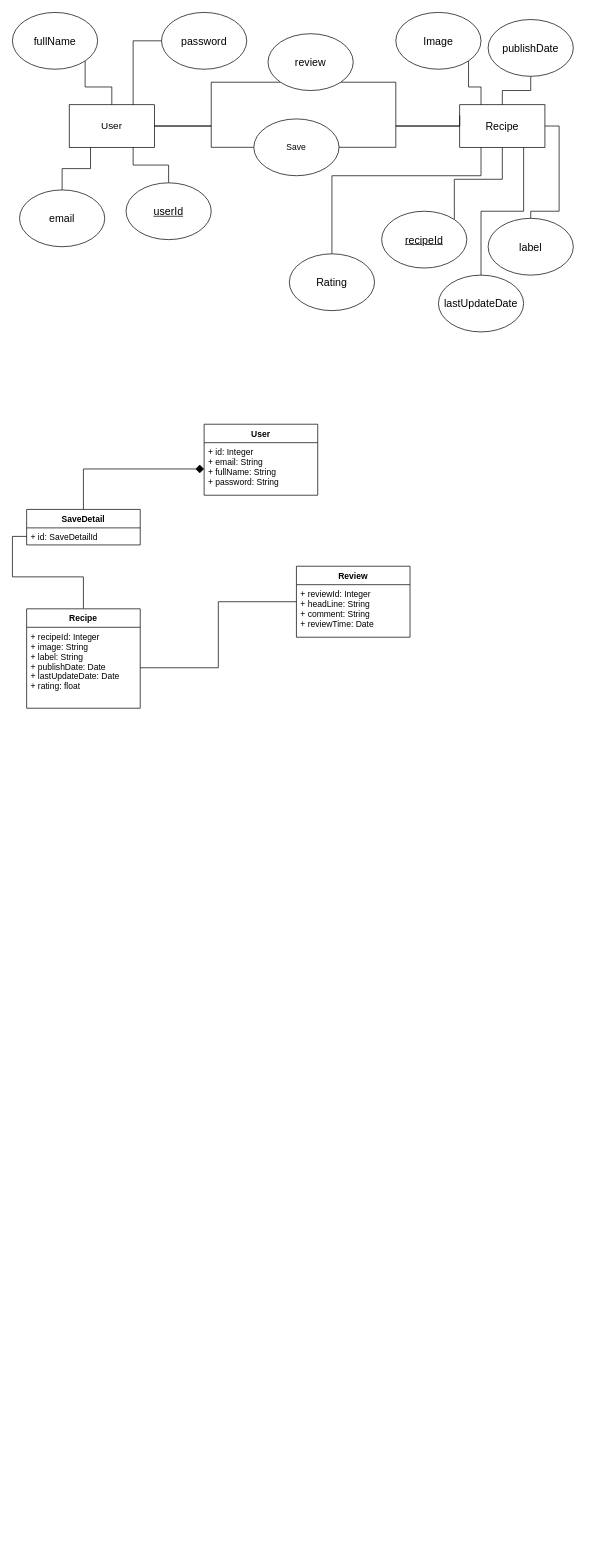
Earlier version of the draw.io diagram uml.drawio (XiaoyangYan/NewMeal). Source tidied: cells renumbered, new cells numbered last; positions are measured from the earlier drawing's top-left corner, leaving out a move shared by most shapes. Both pictures are drawn from the tidied source at 71%, with x=0, y=0 at pixel (12, 12).
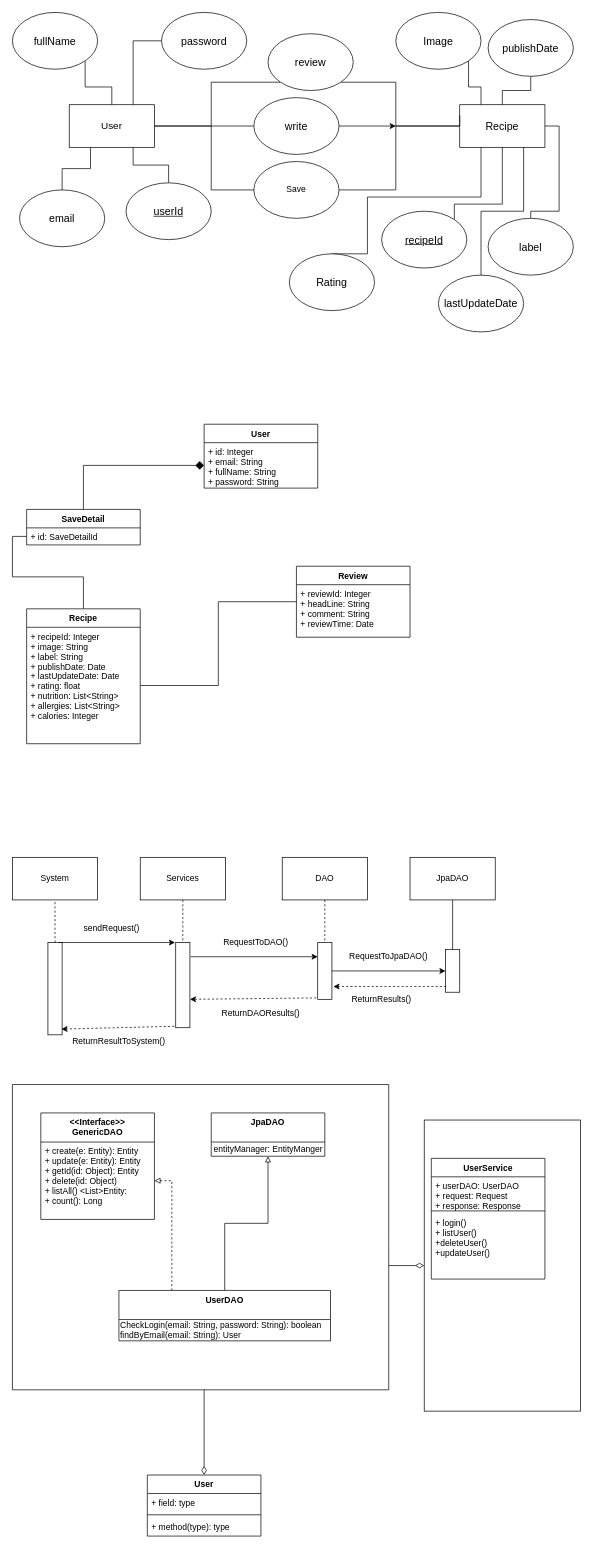
The same page after the edit.

Unchanged cells that the change refers to:
```xml
<mxCell id="14" value="&lt;font style=&quot;font-size: 15px&quot;&gt;Recipe&lt;/font&gt;" style="rounded=0;whiteSpace=wrap;html=1;" parent="1" vertex="1">
  <mxGeometry x="630" y="130" width="120" height="60" as="geometry" />
</mxCell>
<mxCell id="26" value="&lt;u&gt;&lt;font style=&quot;font-size: 15px&quot;&gt;recipeId&lt;/font&gt;&lt;/u&gt;" style="ellipse;whiteSpace=wrap;html=1;" parent="1" vertex="1">
  <mxGeometry x="520" y="280" width="120" height="80" as="geometry" />
</mxCell>
<mxCell id="36" value="&lt;font style=&quot;font-size: 15px&quot;&gt;Rating&lt;/font&gt;" style="ellipse;whiteSpace=wrap;html=1;" parent="1" vertex="1">
  <mxGeometry x="390" y="340" width="120" height="80" as="geometry" />
</mxCell>
```

What changed in the source:
```diff
@@
     <mxCell id="2" value="User" style="swimlane;fontStyle=1;align=center;verticalAlign=top;horizontal=1;startSize=26;" parent="1" vertex="1">
-      <mxGeometry x="270" y="580" width="160" height="100" as="geometry" />
+      <mxGeometry x="270" y="580" width="160" height="90" as="geometry" />
     </mxCell>
     <mxCell id="3" value="+ id: Integer&#10;+ email: String&#10;+ fullName: String&#10;+ password: String" style="text;strokeColor=none;fillColor=none;align=left;verticalAlign=top;spacingLeft=4;spacingRight=4;overflow=hidden;points=[[0,0.5],[1,0.5]];portConstraint=eastwest;" parent="2" vertex="1">
-      <mxGeometry y="26" width="160" height="74" as="geometry" />
+      <mxGeometry y="26" width="160" height="64" as="geometry" />
     </mxCell>
@@
     <mxCell id="5" value="Recipe" style="swimlane;fontStyle=1;align=center;verticalAlign=top;horizontal=1;startSize=26;" parent="1" vertex="1">
-      <mxGeometry x="20" y="840" width="160" height="140" as="geometry" />
+      <mxGeometry x="20" y="840" width="160" height="190" as="geometry" />
     </mxCell>
-    <mxCell id="6" value="+ recipeId: Integer&#10;+ image: String&#10;+ label: String&#10;+ publishDate: Date&#10;+ lastUpdateDate: Date&#10;+ rating: float" style="text;strokeColor=none;fillColor=none;align=left;verticalAlign=top;spacingLeft=4;spacingRight=4;overflow=hidden;points=[[0,0.5],[1,0.5]];portConstraint=eastwest;" parent="5" vertex="1">
-      <mxGeometry y="26" width="160" height="114" as="geometry" />
+    <mxCell id="6" value="+ recipeId: Integer&#10;+ image: String&#10;+ label: String&#10;+ publishDate: Date&#10;+ lastUpdateDate: Date&#10;+ rating: float&#10;+ nutrition: List&lt;String&gt;&#10;+ allergies: List&lt;String&gt;&#10;+ calories: Integer" style="text;strokeColor=none;fillColor=none;align=left;verticalAlign=top;spacingLeft=4;spacingRight=4;overflow=hidden;points=[[0,0.5],[1,0.5]];portConstraint=eastwest;" parent="5" vertex="1">
+      <mxGeometry y="26" width="160" height="164" as="geometry" />
     </mxCell>
@@
     <mxCell id="15" style="edgeStyle=orthogonalEdgeStyle;rounded=0;jettySize=auto;html=1;exitX=0;exitY=0.5;exitDx=0;exitDy=0;endArrow=none;endFill=0;" parent="1" edge="1" source="17">
       <mxGeometry relative="1" as="geometry">
         <mxPoint x="200" y="160" as="targetPoint" />
         <Array as="points">
-          <mxPoint x="280" y="190" />
+          <mxPoint x="280" y="250" />
           <mxPoint x="280" y="160" />
         </Array>
       </mxGeometry>
     </mxCell>
     <mxCell id="16" style="edgeStyle=orthogonalEdgeStyle;rounded=0;jettySize=auto;html=1;exitX=1;exitY=0.5;exitDx=0;exitDy=0;entryX=0;entryY=0.5;entryDx=0;entryDy=0;endArrow=none;endFill=0;" parent="1" edge="1" source="17" target="14">
       <mxGeometry relative="1" as="geometry">
         <Array as="points">
-          <mxPoint x="540" y="190" />
+          <mxPoint x="540" y="250" />
           <mxPoint x="540" y="160" />
         </Array>
       </mxGeometry>
     </mxCell>
     <mxCell id="17" value="Save" style="ellipse;whiteSpace=wrap;html=1;" parent="1" vertex="1">
-      <mxGeometry x="340" y="150" width="120" height="80" as="geometry" />
+      <mxGeometry x="340" y="210" width="120" height="80" as="geometry" />
     </mxCell>
+    <mxCell id="41" style="edgeStyle=orthogonalEdgeStyle;rounded=0;jettySize=auto;html=1;endArrow=none;endFill=0;" parent="1" edge="1" source="43">
+      <mxGeometry relative="1" as="geometry">
+        <mxPoint x="280" y="160" as="targetPoint" />
+      </mxGeometry>
+    </mxCell>
+    <mxCell id="42" style="edgeStyle=orthogonalEdgeStyle;rounded=0;jettySize=auto;html=1;" parent="1" edge="1" source="43">
+      <mxGeometry relative="1" as="geometry">
+        <mxPoint x="540" y="160" as="targetPoint" />
+      </mxGeometry>
+    </mxCell>
+    <mxCell id="43" value="&lt;font style=&quot;font-size: 15px&quot;&gt;write&lt;/font&gt;" style="ellipse;whiteSpace=wrap;html=1;" parent="1" vertex="1">
+      <mxGeometry x="340" y="120" width="120" height="80" as="geometry" />
+    </mxCell>
@@
     <mxCell id="25" style="edgeStyle=orthogonalEdgeStyle;rounded=0;jettySize=auto;html=1;exitX=1;exitY=0;exitDx=0;exitDy=0;entryX=0.5;entryY=1;entryDx=0;entryDy=0;endArrow=none;endFill=0;" parent="1" edge="1" source="26" target="14">
-      <mxGeometry relative="1" as="geometry" />
+      <mxGeometry relative="1" as="geometry">
+        <Array as="points">
+          <mxPoint x="622" y="270" />
+          <mxPoint x="690" y="270" />
+        </Array>
+      </mxGeometry>
     </mxCell>
@@
     <mxCell id="35" style="edgeStyle=orthogonalEdgeStyle;rounded=0;jettySize=auto;html=1;exitX=0.5;exitY=0;exitDx=0;exitDy=0;entryX=0.25;entryY=1;entryDx=0;entryDy=0;endArrow=none;endFill=0;" parent="1" edge="1" source="36" target="14">
       <mxGeometry relative="1" as="geometry">
         <Array as="points">
-          <mxPoint x="450" y="230" />
-          <mxPoint x="660" y="230" />
+          <mxPoint x="500" y="340" />
+          <mxPoint x="500" y="260" />
+          <mxPoint x="660" y="260" />
         </Array>
       </mxGeometry>
     </mxCell>
@@
+    <mxCell id="44" value="System" style="rounded=0;whiteSpace=wrap;html=1;" parent="1" vertex="1">
+      <mxGeometry y="1190" width="120" height="60" as="geometry" />
+    </mxCell>
+    <mxCell id="45" style="edgeStyle=orthogonalEdgeStyle;rounded=0;jettySize=auto;html=1;endArrow=none;endFill=0;dashed=1;" parent="1" edge="1" source="46" target="53">
+      <mxGeometry relative="1" as="geometry" />
+    </mxCell>
+    <mxCell id="46" value="Services" style="rounded=0;whiteSpace=wrap;html=1;" parent="1" vertex="1">
+      <mxGeometry x="180" y="1190" width="120" height="60" as="geometry" />
+    </mxCell>
+    <mxCell id="47" style="edgeStyle=orthogonalEdgeStyle;rounded=0;jettySize=auto;html=1;dashed=1;endArrow=none;endFill=0;" parent="1" edge="1" source="48" target="52">
+      <mxGeometry relative="1" as="geometry" />
+    </mxCell>
+    <mxCell id="48" value="DAO" style="rounded=0;whiteSpace=wrap;html=1;" parent="1" vertex="1">
+      <mxGeometry x="380" y="1190" width="120" height="60" as="geometry" />
+    </mxCell>
+    <mxCell id="49" style="edgeStyle=orthogonalEdgeStyle;rounded=0;jettySize=auto;html=1;endArrow=none;endFill=0;" parent="1" edge="1" source="50" target="51">
+      <mxGeometry relative="1" as="geometry" />
+    </mxCell>
+    <mxCell id="50" value="JpaDAO" style="rounded=0;whiteSpace=wrap;html=1;" parent="1" vertex="1">
+      <mxGeometry x="560" y="1190" width="120" height="60" as="geometry" />
+    </mxCell>
+    <mxCell id="51" style="rounded=0;whiteSpace=wrap;html=1;" parent="1" vertex="1">
+      <mxGeometry x="610" y="1320" width="20" height="60" as="geometry" />
+    </mxCell>
+    <mxCell id="52" style="rounded=0;whiteSpace=wrap;html=1;" parent="1" vertex="1">
+      <mxGeometry x="430" y="1310" width="20" height="80" as="geometry" />
+    </mxCell>
+    <mxCell id="53" style="rounded=0;whiteSpace=wrap;html=1;" parent="1" vertex="1">
+      <mxGeometry x="230" y="1310" width="20" height="120" as="geometry" />
+    </mxCell>
+    <mxCell id="54" style="rounded=0;whiteSpace=wrap;html=1;" parent="1" vertex="1">
+      <mxGeometry x="50" y="1310" width="20" height="130" as="geometry" />
+    </mxCell>
+    <mxCell id="55" style="endArrow=none;dashed=1;html=1;entryX=0.5;entryY=1;entryDx=0;entryDy=0;exitX=0.5;exitY=0;exitDx=0;exitDy=0;" parent="1" edge="1" source="54" target="44">
+      <mxGeometry relative="1" as="geometry" />
+    </mxCell>
+    <mxCell id="56" style="endArrow=classic;html=1;exitX=0.75;exitY=0;exitDx=0;exitDy=0;" parent="1" edge="1" source="54">
+      <mxGeometry relative="1" as="geometry">
+        <mxPoint x="229" y="1310" as="targetPoint" />
+      </mxGeometry>
+    </mxCell>
+    <mxCell id="57" value="sendRequest()" style="text;html=1;strokeColor=none;fillColor=none;align=center;verticalAlign=middle;whiteSpace=wrap;rounded=0;" parent="1" vertex="1">
+      <mxGeometry x="120" y="1280" width="40" height="20" as="geometry" />
+    </mxCell>
+    <mxCell id="58" style="endArrow=classic;html=1;entryX=0;entryY=0.25;entryDx=0;entryDy=0;" parent="1" edge="1" target="52">
+      <mxGeometry relative="1" as="geometry">
+        <mxPoint x="251" y="1330" as="sourcePoint" />
+      </mxGeometry>
+    </mxCell>
+    <mxCell id="59" value="RequestToDAO()" style="text;html=1;strokeColor=none;fillColor=none;align=center;verticalAlign=middle;whiteSpace=wrap;rounded=0;" parent="1" vertex="1">
+      <mxGeometry x="323" y="1300" width="40" height="20" as="geometry" />
+    </mxCell>
+    <mxCell id="60" style="endArrow=classic;html=1;exitX=1;exitY=0.5;exitDx=0;exitDy=0;entryX=0;entryY=0.5;entryDx=0;entryDy=0;" parent="1" edge="1" source="52" target="51">
+      <mxGeometry relative="1" as="geometry" />
+    </mxCell>
+    <mxCell id="61" value="RequestToJpaDAO()" style="text;html=1;strokeColor=none;fillColor=none;align=center;verticalAlign=middle;whiteSpace=wrap;rounded=0;" parent="1" vertex="1">
+      <mxGeometry x="510" y="1320" width="40" height="20" as="geometry" />
+    </mxCell>
+    <mxCell id="62" style="endArrow=classic;html=1;exitX=0.05;exitY=0.867;exitDx=0;exitDy=0;exitPerimeter=0;dashed=1;" parent="1" edge="1" source="51">
+      <mxGeometry relative="1" as="geometry">
+        <mxPoint x="452" y="1372" as="targetPoint" />
+      </mxGeometry>
+    </mxCell>
+    <mxCell id="63" value="ReturnResults()" style="text;html=1;strokeColor=none;fillColor=none;align=center;verticalAlign=middle;whiteSpace=wrap;rounded=0;" parent="1" vertex="1">
+      <mxGeometry x="500" y="1380" width="40" height="20" as="geometry" />
+    </mxCell>
+    <mxCell id="64" style="endArrow=classic;html=1;dashed=1;exitX=-0.1;exitY=0.975;exitDx=0;exitDy=0;exitPerimeter=0;" parent="1" edge="1" source="52">
+      <mxGeometry relative="1" as="geometry">
+        <mxPoint x="250" y="1390" as="targetPoint" />
+      </mxGeometry>
+    </mxCell>
+    <mxCell id="65" value="ReturnDAOResults()" style="text;html=1;strokeColor=none;fillColor=none;align=center;verticalAlign=middle;whiteSpace=wrap;rounded=0;" parent="1" vertex="1">
+      <mxGeometry x="330" y="1400" width="40" height="20" as="geometry" />
+    </mxCell>
+    <mxCell id="66" style="endArrow=classic;html=1;dashed=1;exitX=-0.1;exitY=0.983;exitDx=0;exitDy=0;exitPerimeter=0;entryX=0.95;entryY=0.938;entryDx=0;entryDy=0;entryPerimeter=0;" parent="1" edge="1" source="53" target="54">
+      <mxGeometry relative="1" as="geometry" />
+    </mxCell>
+    <mxCell id="67" value="ReturnResultToSystem()" style="text;html=1;strokeColor=none;fillColor=none;align=center;verticalAlign=middle;whiteSpace=wrap;rounded=0;" parent="1" vertex="1">
+      <mxGeometry x="130" y="1440" width="40" height="20" as="geometry" />
+    </mxCell>
+    <mxCell id="68" value="&lt;&lt;Interface&gt;&gt;&#10;GenericDAO" style="swimlane;fontStyle=1;align=center;verticalAlign=top;horizontal=1;startSize=41;" parent="1" vertex="1">
+      <mxGeometry x="40" y="1550" width="160" height="150" as="geometry" />
+    </mxCell>
+    <mxCell id="69" value="+ create(e: Entity): Entity&#10;+ update(e: Entity): Entity&#10;+ getId(id: Object): Entity&#10;+ delete(id: Object)&#10;+ listAll() &lt;List&gt;Entity:&#10;+ count(): Long" style="text;strokeColor=none;fillColor=none;align=left;verticalAlign=top;spacingLeft=4;spacingRight=4;overflow=hidden;points=[[0,0.5],[1,0.5]];portConstraint=eastwest;" parent="68" vertex="1">
+      <mxGeometry y="41" width="160" height="109" as="geometry" />
+    </mxCell>
+    <mxCell id="70" style="edgeStyle=orthogonalEdgeStyle;rounded=0;jettySize=auto;html=1;endArrow=none;endFill=0;startArrow=block;startFill=0;" parent="1" edge="1" source="71" target="73">
+      <mxGeometry relative="1" as="geometry" />
+    </mxCell>
+    <mxCell id="71" value="JpaDAO" style="swimlane;fontStyle=1;align=center;verticalAlign=top;horizontal=1;startSize=41;" parent="1" vertex="1">
+      <mxGeometry x="280" y="1550" width="160" height="61" as="geometry" />
+    </mxCell>
+    <mxCell id="72" value="entityManager: EntityManger" style="text;html=1;align=center;verticalAlign=middle;" parent="71" vertex="1">
+      <mxGeometry y="41" width="160" height="20" as="geometry" />
+    </mxCell>
+    <mxCell id="73" value="UserDAO" style="swimlane;fontStyle=1;align=center;verticalAlign=top;horizontal=1;startSize=41;" parent="1" vertex="1">
+      <mxGeometry x="150" y="1800" width="298" height="71" as="geometry" />
+    </mxCell>
+    <mxCell id="74" value="CheckLogin(email: String, password: String): boolean&lt;br&gt;findByEmail(email: String): User" style="text;html=1;align=left;verticalAlign=middle;" parent="73" vertex="1">
+      <mxGeometry y="41" width="298" height="30" as="geometry" />
+    </mxCell>
+    <mxCell id="75" style="edgeStyle=orthogonalEdgeStyle;rounded=0;jettySize=auto;html=1;startArrow=block;startFill=0;endArrow=none;endFill=0;entryX=0.25;entryY=0;entryDx=0;entryDy=0;dashed=1;" parent="1" edge="1" source="69" target="73">
+      <mxGeometry relative="1" as="geometry">
+        <Array as="points">
+          <mxPoint x="225" y="1646" />
+        </Array>
+      </mxGeometry>
+    </mxCell>
+    <mxCell id="76" style="endArrow=none;html=1;" parent="1" edge="1">
+      <mxGeometry relative="1" as="geometry">
+        <mxPoint y="1940" as="sourcePoint" />
+        <mxPoint y="1510" as="targetPoint" />
+      </mxGeometry>
+    </mxCell>
+    <mxCell id="77" style="endArrow=none;html=1;" parent="1" edge="1">
+      <mxGeometry relative="1" as="geometry">
+        <mxPoint x="530" y="1940" as="sourcePoint" />
+        <mxPoint y="1940" as="targetPoint" />
+      </mxGeometry>
+    </mxCell>
+    <mxCell id="78" style="endArrow=none;html=1;" parent="1" edge="1">
+      <mxGeometry relative="1" as="geometry">
+        <mxPoint x="530" y="1510" as="sourcePoint" />
+        <mxPoint x="530" y="1940" as="targetPoint" />
+        <Array as="points">
+          <mxPoint x="530" y="1730" />
+        </Array>
+      </mxGeometry>
+    </mxCell>
+    <mxCell id="79" style="endArrow=none;html=1;" parent="1" edge="1">
+      <mxGeometry relative="1" as="geometry">
+        <mxPoint x="530" y="1510" as="sourcePoint" />
+        <mxPoint y="1510" as="targetPoint" />
+      </mxGeometry>
+    </mxCell>
+    <mxCell id="80" style="rounded=0;whiteSpace=wrap;html=1;" parent="1" vertex="1">
+      <mxGeometry x="580" y="1560" width="220" height="410" as="geometry" />
+    </mxCell>
+    <mxCell id="81" value="UserService" style="swimlane;fontStyle=1;align=center;verticalAlign=top;horizontal=1;startSize=26;" parent="1" vertex="1">
+      <mxGeometry x="590" y="1614" width="160" height="170" as="geometry" />
+    </mxCell>
+    <mxCell id="82" value="+ userDAO: UserDAO&#10;+ request: Request&#10;+ response: Response" style="text;strokeColor=none;fillColor=none;align=left;verticalAlign=top;spacingLeft=4;spacingRight=4;overflow=hidden;" parent="81" vertex="1">
+      <mxGeometry y="26" width="160" height="44" as="geometry" />
+    </mxCell>
+    <mxCell id="83" style="line;strokeWidth=1;fillColor=none;align=left;verticalAlign=middle;spacingTop=-1;spacingLeft=3;spacingRight=3;labelPosition=right;" parent="81" vertex="1">
+      <mxGeometry y="70" width="160" height="8" as="geometry" />
+    </mxCell>
+    <mxCell id="84" value="+ login()&#10;+ listUser()&#10;+deleteUser()&#10;+updateUser()" style="text;strokeColor=none;fillColor=none;align=left;verticalAlign=top;spacingLeft=4;spacingRight=4;overflow=hidden;" parent="81" vertex="1">
+      <mxGeometry y="78" width="160" height="92" as="geometry" />
+    </mxCell>
+    <mxCell id="85" style="endArrow=none;html=1;exitX=0;exitY=0.5;exitDx=0;exitDy=0;endFill=0;startArrow=diamondThin;startFill=0;endSize=10;startSize=10;" parent="1" edge="1" source="80">
+      <mxGeometry relative="1" as="geometry">
+        <mxPoint x="530" y="1765" as="targetPoint" />
+      </mxGeometry>
+    </mxCell>
+    <mxCell id="86" style="endArrow=none;html=1;endFill=0;startArrow=diamondThin;startFill=0;startSize=10;" parent="1" edge="1">
+      <mxGeometry relative="1" as="geometry">
+        <mxPoint x="270" y="2060" as="sourcePoint" />
+        <mxPoint x="270" y="1940" as="targetPoint" />
+      </mxGeometry>
+    </mxCell>
+    <mxCell id="87" value="User" style="swimlane;fontStyle=1;align=center;verticalAlign=top;horizontal=1;startSize=26;" parent="1" vertex="1">
+      <mxGeometry x="190" y="2060" width="160" height="86" as="geometry" />
+    </mxCell>
+    <mxCell id="88" value="+ field: type" style="text;strokeColor=none;fillColor=none;align=left;verticalAlign=top;spacingLeft=4;spacingRight=4;overflow=hidden;" parent="87" vertex="1">
+      <mxGeometry y="26" width="160" height="26" as="geometry" />
+    </mxCell>
+    <mxCell id="89" style="line;strokeWidth=1;fillColor=none;align=left;verticalAlign=middle;spacingTop=-1;spacingLeft=3;spacingRight=3;labelPosition=right;" parent="87" vertex="1">
+      <mxGeometry y="52" width="160" height="8" as="geometry" />
+    </mxCell>
+    <mxCell id="90" value="+ method(type): type" style="text;strokeColor=none;fillColor=none;align=left;verticalAlign=top;spacingLeft=4;spacingRight=4;overflow=hidden;" parent="87" vertex="1">
+      <mxGeometry y="60" width="160" height="26" as="geometry" />
+    </mxCell>
```
